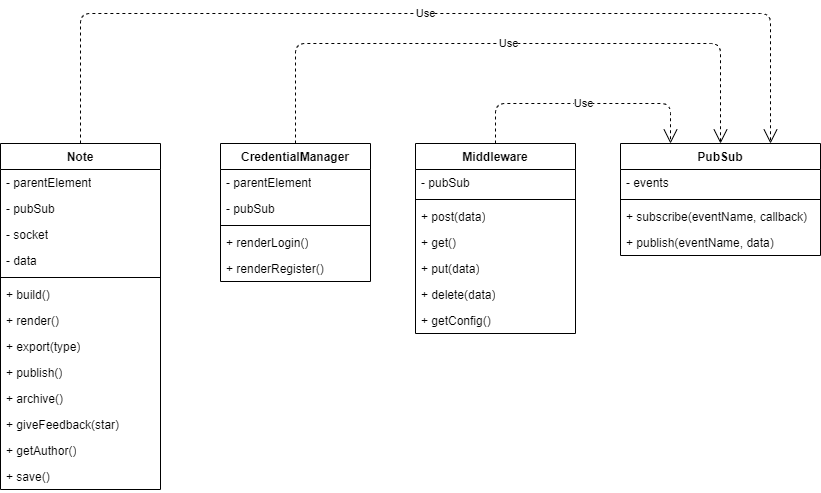
Before: assets/schemas/diagrams/SchemaOggetti.drawio.png, a diagram exported from draw.io (AngeloRipamonti/5C_RipamontiAvvedutoKotisCinquetti_PortaleAppunti). Source tidied: cells renumbered, new cells last; positions are measured from the earlier drawing's top-left corner, leaving out a move shared by most shapes.
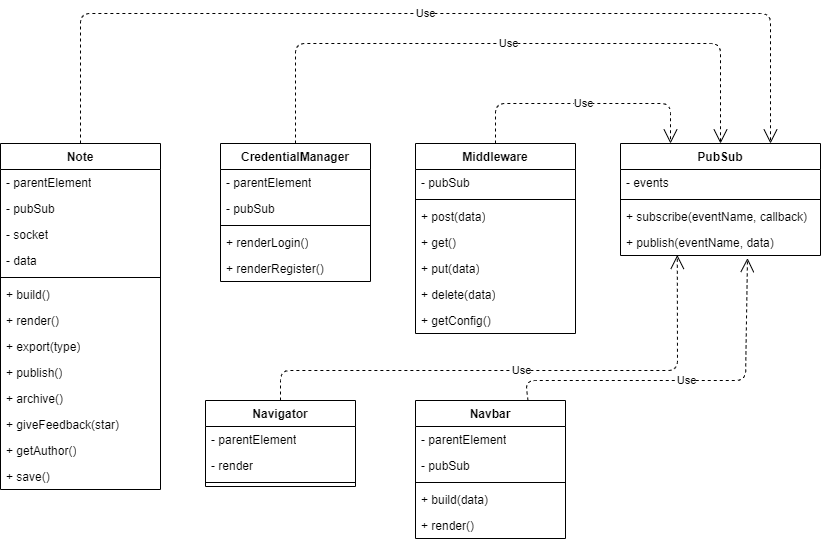
After the commit.

Commit message:
components diagram - navigator/navbar

Diff of the diagram source:
```diff
@@ -126,5 +126,52 @@
         </Array>
       </mxGeometry>
     </mxCell>
+    <mxCell id="38" value="Navbar" style="swimlane;fontStyle=1;align=center;verticalAlign=top;horizontal=1;startSize=26;whiteSpace=wrap;html=1;" parent="1" vertex="1">
+      <mxGeometry x="415" y="387" width="150" height="138" as="geometry" />
+    </mxCell>
+    <mxCell id="39" value="- parentElement" style="text;strokeColor=none;fillColor=none;align=left;verticalAlign=top;spacingLeft=4;spacingRight=4;overflow=hidden;whiteSpace=wrap;html=1;" parent="38" vertex="1">
+      <mxGeometry y="26" width="150" height="26" as="geometry" />
+    </mxCell>
+    <mxCell id="40" value="- pubSub" style="text;strokeColor=none;fillColor=none;align=left;verticalAlign=top;spacingLeft=4;spacingRight=4;overflow=hidden;whiteSpace=wrap;html=1;" parent="38" vertex="1">
+      <mxGeometry y="52" width="150" height="26" as="geometry" />
+    </mxCell>
+    <mxCell id="41" style="line;strokeWidth=1;fillColor=none;align=left;verticalAlign=middle;spacingTop=-1;spacingLeft=3;spacingRight=3;labelPosition=right;strokeColor=inherit;" parent="38" vertex="1">
+      <mxGeometry y="78" width="150" height="8" as="geometry" />
+    </mxCell>
+    <mxCell id="42" value="+ build(data)" style="text;strokeColor=none;fillColor=none;align=left;verticalAlign=top;spacingLeft=4;spacingRight=4;overflow=hidden;whiteSpace=wrap;html=1;" parent="38" vertex="1">
+      <mxGeometry y="86" width="150" height="26" as="geometry" />
+    </mxCell>
+    <mxCell id="43" value="+ render()" style="text;strokeColor=none;fillColor=none;align=left;verticalAlign=top;spacingLeft=4;spacingRight=4;overflow=hidden;whiteSpace=wrap;html=1;" parent="38" vertex="1">
+      <mxGeometry y="112" width="150" height="26" as="geometry" />
+    </mxCell>
+    <mxCell id="44" value="Navigator" style="swimlane;fontStyle=1;align=center;verticalAlign=top;horizontal=1;startSize=26;whiteSpace=wrap;html=1;" parent="1" vertex="1">
+      <mxGeometry x="205" y="387" width="150" height="86" as="geometry" />
+    </mxCell>
+    <mxCell id="45" value="- parentElement" style="text;strokeColor=none;fillColor=none;align=left;verticalAlign=top;spacingLeft=4;spacingRight=4;overflow=hidden;whiteSpace=wrap;html=1;" parent="44" vertex="1">
+      <mxGeometry y="26" width="150" height="26" as="geometry" />
+    </mxCell>
+    <mxCell id="46" value="- render" style="text;strokeColor=none;fillColor=none;align=left;verticalAlign=top;spacingLeft=4;spacingRight=4;overflow=hidden;whiteSpace=wrap;html=1;" parent="44" vertex="1">
+      <mxGeometry y="52" width="150" height="26" as="geometry" />
+    </mxCell>
+    <mxCell id="47" style="line;strokeWidth=1;fillColor=none;align=left;verticalAlign=middle;spacingTop=-1;spacingLeft=3;spacingRight=3;labelPosition=right;strokeColor=inherit;" parent="44" vertex="1">
+      <mxGeometry y="78" width="150" height="8" as="geometry" />
+    </mxCell>
+    <mxCell id="48" value="Use" style="endArrow=open;endSize=12;dashed=1;html=1;exitX=0.5;exitY=0;exitDx=0;exitDy=0;entryX=0.279;entryY=0.977;entryDx=0;entryDy=0;entryPerimeter=0;" parent="1" edge="1" source="44">
+      <mxGeometry relative="1" as="geometry">
+        <mxPoint x="676.8" y="241.4" as="targetPoint" />
+        <Array as="points">
+          <mxPoint x="280" y="357" />
+          <mxPoint x="677" y="357" />
+        </Array>
+      </mxGeometry>
+    </mxCell>
+    <mxCell id="49" value="Use" style="endArrow=open;endSize=12;dashed=1;html=1;exitX=0.75;exitY=0;exitDx=0;exitDy=0;entryX=0.635;entryY=1.1;entryDx=0;entryDy=0;entryPerimeter=0;" parent="1" edge="1" source="38" target="26">
+      <mxGeometry relative="1" as="geometry">
+        <Array as="points">
+          <mxPoint x="525" y="367" />
+          <mxPoint x="745" y="367" />
+        </Array>
+      </mxGeometry>
+    </mxCell>
   </root>
 </mxGraphModel>
```
